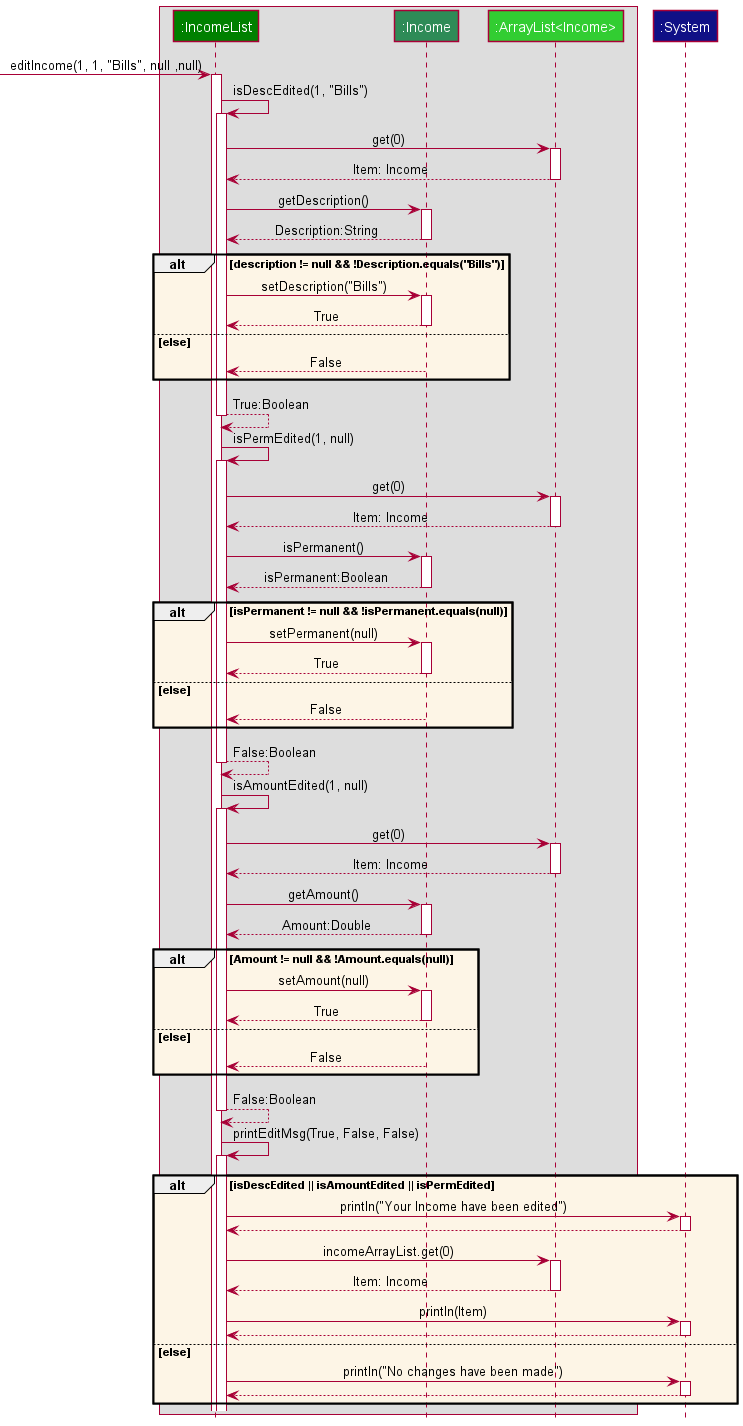
The PlantUML diagram docs/images/EditIncomeSequence.png in nus-cs2113-AY2122S2/tp, before a commit.
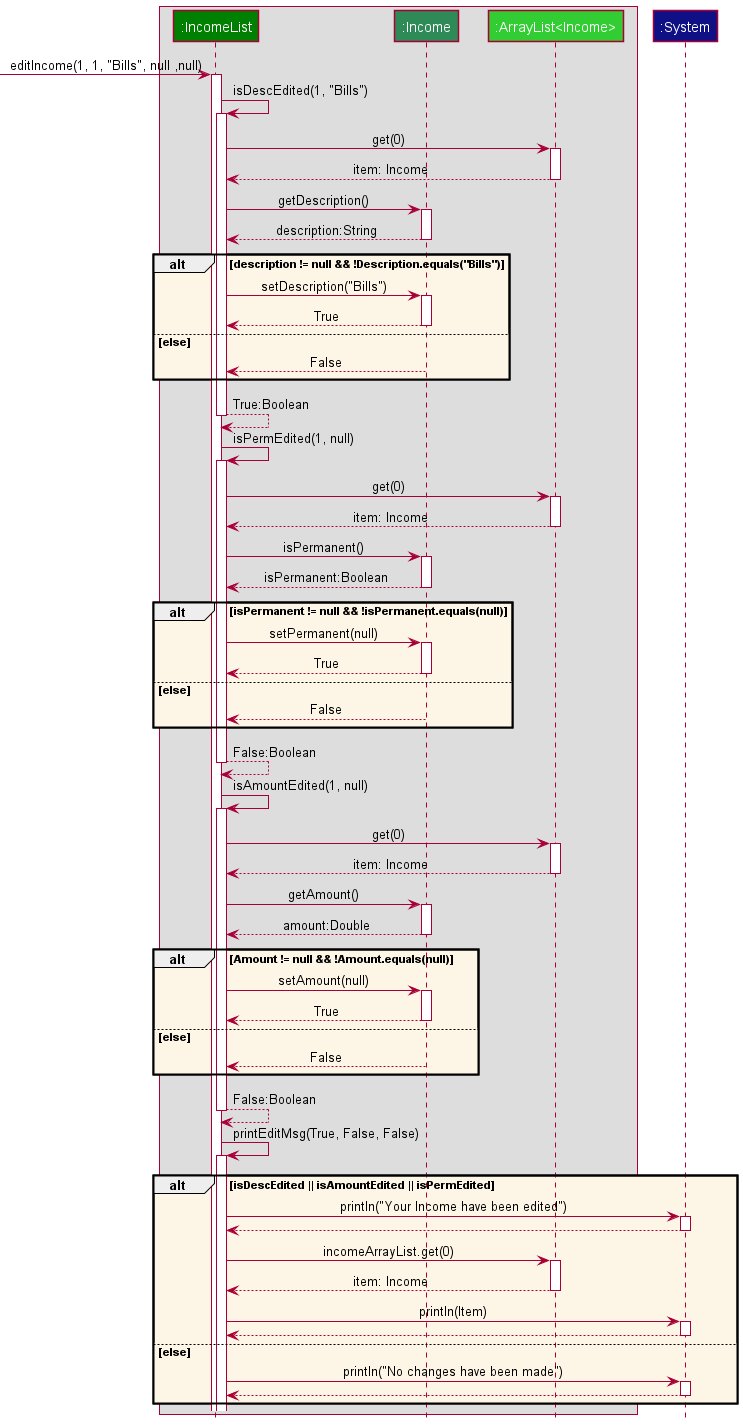
After the change.

Change to the diagram source:
```diff
@@ -15,11 +15,11 @@
 activate Ilist
 Ilist -> Alist: get(0)
 activate Alist
-Alist --> Ilist : Item: Income
+Alist --> Ilist : item: Income
 deactivate Alist
 Ilist -> Inc: getDescription()
 activate Inc
-Inc --> Ilist: Description:String
+Inc --> Ilist: description:String
 deactivate Inc
 
 alt OPT_COLOR description != null && !Description.equals("Bills")
@@ -40,7 +40,7 @@
 activate Ilist
 Ilist -> Alist: get(0)
 activate Alist
-Alist --> Ilist : Item: Income
+Alist --> Ilist : item: Income
 deactivate Alist
 Ilist -> Inc: isPermanent()
 activate Inc
@@ -65,11 +65,11 @@
 activate Ilist
 Ilist -> Alist: get(0)
 activate Alist
-Alist --> Ilist : Item: Income
+Alist --> Ilist : item: Income
 deactivate Alist
 Ilist -> Inc: getAmount()
 activate Inc
-Inc --> Ilist: Amount:Double
+Inc --> Ilist: amount:Double
 deactivate Inc
 
 alt OPT_COLOR Amount != null && !Amount.equals(null)
@@ -95,7 +95,7 @@
     deactivate System
     Ilist -> Alist: incomeArrayList.get(0)
     activate Alist
-    Alist --> Ilist : Item: Income
+    Alist --> Ilist : item: Income
     deactivate Alist
     Ilist -> System:println(Item)
     activate System
```
